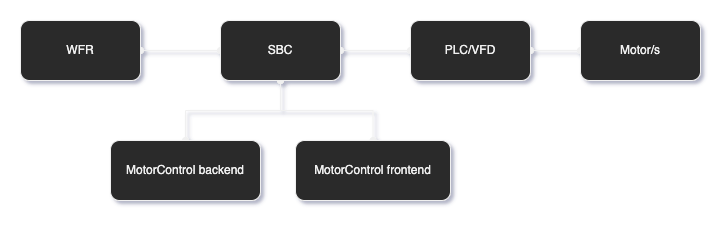
aveled/motor-control keeps this draw.io diagram as about/diagrams/architecture.png. Above is the earlier version. Source tidied: cells renumbered, new cells last; positions are measured from the earlier drawing's top-left corner, leaving out a move shared by most shapes.
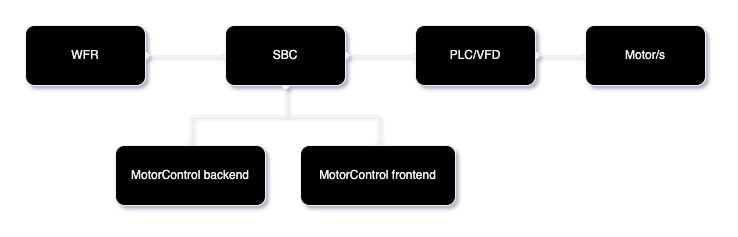
Above is the later version.

Commit message:
about/diagrams > dev: architecture

Diff of the diagram source:
```diff
@@ -5,7 +5,7 @@
     <mxCell id="2" style="edgeStyle=orthogonalEdgeStyle;rounded=0;jettySize=auto;html=1;startArrow=oval;startFill=1;endArrow=oval;endFill=1;" parent="1" edge="1" source="3" target="7">
       <mxGeometry relative="1" as="geometry" />
     </mxCell>
-    <mxCell id="3" value="WFR" style="rounded=1;whiteSpace=wrap;html=1;" parent="1" vertex="1">
+    <mxCell id="3" value="WFR" style="rounded=1;whiteSpace=wrap;html=1;fillStyle=solid;fillColor=#000000;" parent="1" vertex="1">
       <mxGeometry width="120" height="60" as="geometry" />
     </mxCell>
     <mxCell id="4" style="edgeStyle=orthogonalEdgeStyle;rounded=0;jettySize=auto;html=1;startArrow=oval;startFill=1;endArrow=oval;endFill=1;" parent="1" edge="1" source="7" target="9">
@@ -17,22 +17,22 @@
     <mxCell id="6" style="edgeStyle=orthogonalEdgeStyle;rounded=0;jettySize=auto;html=1;startArrow=oval;startFill=1;endArrow=oval;endFill=1;" parent="1" edge="1" source="7" target="12">
       <mxGeometry relative="1" as="geometry" />
     </mxCell>
-    <mxCell id="7" value="SBC" style="rounded=1;whiteSpace=wrap;html=1;" parent="1" vertex="1">
+    <mxCell id="7" value="SBC" style="rounded=1;whiteSpace=wrap;html=1;fillStyle=solid;fillColor=#000000;" parent="1" vertex="1">
       <mxGeometry x="200" width="120" height="60" as="geometry" />
     </mxCell>
     <mxCell id="8" style="edgeStyle=orthogonalEdgeStyle;rounded=0;jettySize=auto;html=1;startArrow=oval;startFill=1;endArrow=oval;endFill=1;" parent="1" edge="1" source="9" target="10">
       <mxGeometry relative="1" as="geometry" />
     </mxCell>
-    <mxCell id="9" value="PLC/VFD" style="rounded=1;whiteSpace=wrap;html=1;" parent="1" vertex="1">
+    <mxCell id="9" value="PLC/VFD" style="rounded=1;whiteSpace=wrap;html=1;fillStyle=solid;fillColor=#000000;" parent="1" vertex="1">
       <mxGeometry x="390" width="120" height="60" as="geometry" />
     </mxCell>
-    <mxCell id="10" value="Motor/s" style="rounded=1;whiteSpace=wrap;html=1;" parent="1" vertex="1">
+    <mxCell id="10" value="Motor/s" style="rounded=1;whiteSpace=wrap;html=1;fillStyle=solid;fillColor=#000000;" parent="1" vertex="1">
       <mxGeometry x="560" width="120" height="60" as="geometry" />
     </mxCell>
-    <mxCell id="11" value="MotorControl backend" style="rounded=1;whiteSpace=wrap;html=1;" parent="1" vertex="1">
+    <mxCell id="11" value="MotorControl backend" style="rounded=1;whiteSpace=wrap;html=1;fillStyle=solid;fillColor=#000000;" parent="1" vertex="1">
       <mxGeometry x="90" y="120" width="150" height="60" as="geometry" />
     </mxCell>
-    <mxCell id="12" value="MotorControl frontend" style="rounded=1;whiteSpace=wrap;html=1;" parent="1" vertex="1">
+    <mxCell id="12" value="MotorControl frontend" style="rounded=1;whiteSpace=wrap;html=1;fillStyle=solid;fillColor=#000000;" parent="1" vertex="1">
       <mxGeometry x="275" y="120" width="155" height="60" as="geometry" />
     </mxCell>
   </root>
```
